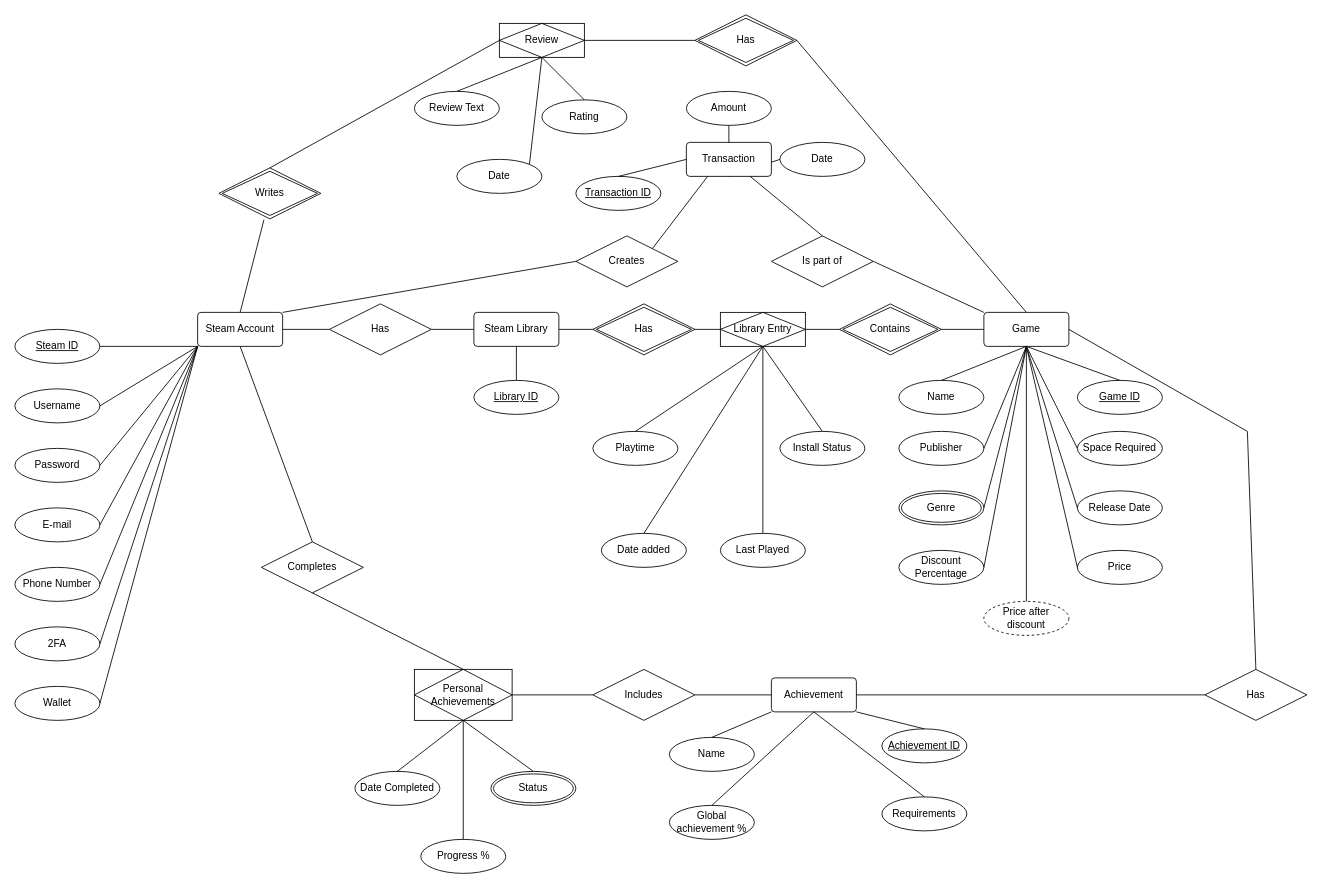
This is course-work/Implementations/Steam Chen Diagram.drawio from ventsislavnedev/software-modeling-and-analysis-se-pt, a draw.io file, before an edit. Source tidied: cells renumbered, new cells numbered last; positions are measured from the earlier drawing's top-left corner, leaving out a move shared by most shapes. Both pictures are drawn from the tidied source at 85%, with x=0, y=0 at pixel (14, 14).
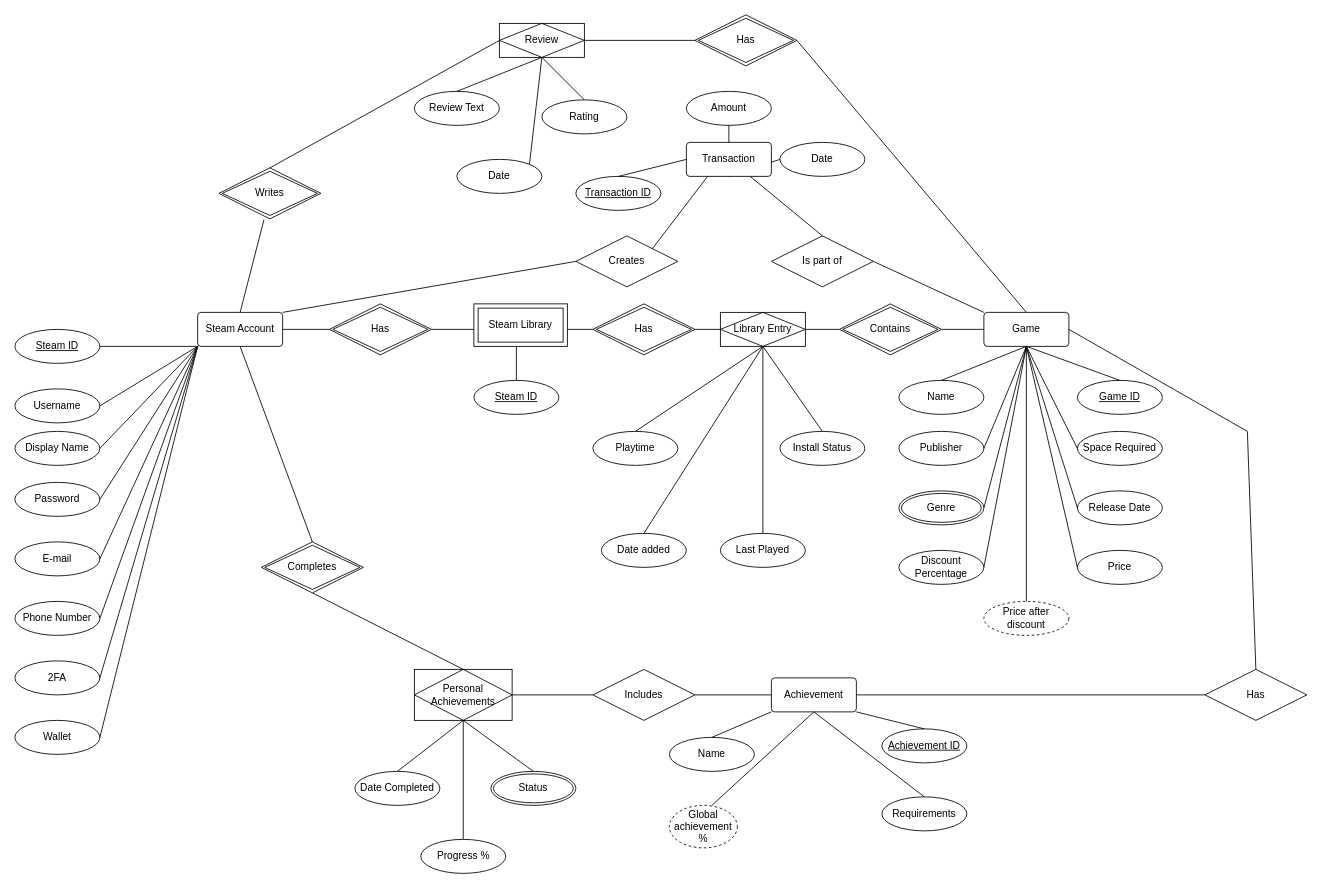
The same page after the edit.

Unchanged cells that the change refers to:
```xml
<mxCell id="3" value="Steam Account" style="rounded=1;arcSize=10;whiteSpace=wrap;html=1;align=center;" parent="1" vertex="1">
  <mxGeometry x="215" y="350" width="100" height="40" as="geometry" />
</mxCell>
<mxCell id="52" value="Has" style="shape=rhombus;double=1;perimeter=rhombusPerimeter;whiteSpace=wrap;html=1;align=center;" parent="1" vertex="1">
  <mxGeometry x="680" y="340" width="120" height="60" as="geometry" />
</mxCell>
<mxCell id="83" value="Personal Achievements" style="shape=associativeEntity;whiteSpace=wrap;html=1;align=center;" parent="1" vertex="1">
  <mxGeometry x="470" y="770" width="115" height="60" as="geometry" />
</mxCell>
<mxCell id="84" value="Achievement" style="rounded=1;arcSize=10;whiteSpace=wrap;html=1;align=center;" parent="1" vertex="1">
  <mxGeometry x="890" y="780" width="100" height="40" as="geometry" />
</mxCell>
```

Diff of the diagram source:
```diff
@@
     <mxCell id="6" value="Password" style="ellipse;whiteSpace=wrap;html=1;align=center;" parent="1" vertex="1">
-      <mxGeometry y="510" width="100" height="40" as="geometry" />
+      <mxGeometry y="550" width="100" height="40" as="geometry" />
     </mxCell>
     <mxCell id="7" value="E-mail" style="ellipse;whiteSpace=wrap;html=1;align=center;" parent="1" vertex="1">
-      <mxGeometry y="580" width="100" height="40" as="geometry" />
+      <mxGeometry y="620" width="100" height="40" as="geometry" />
     </mxCell>
@@
     <mxCell id="11" value="Phone Number" style="ellipse;whiteSpace=wrap;html=1;align=center;" parent="1" vertex="1">
-      <mxGeometry y="650" width="100" height="40" as="geometry" />
+      <mxGeometry y="690" width="100" height="40" as="geometry" />
     </mxCell>
@@
     <mxCell id="13" value="2FA" style="ellipse;whiteSpace=wrap;html=1;align=center;" parent="1" vertex="1">
-      <mxGeometry y="720" width="100" height="40" as="geometry" />
+      <mxGeometry y="760" width="100" height="40" as="geometry" />
     </mxCell>
@@
-    <mxCell id="15" value="Library ID" style="ellipse;whiteSpace=wrap;html=1;align=center;fontStyle=4;" parent="1" vertex="1">
+    <mxCell id="15" value="Steam ID" style="ellipse;whiteSpace=wrap;html=1;align=center;fontStyle=4;" parent="1" vertex="1">
       <mxGeometry x="540" y="430" width="100" height="40" as="geometry" />
     </mxCell>
-    <mxCell id="16" style="endArrow=none;html=1;rounded=0;exitX=0.5;exitY=0;exitDx=0;exitDy=0;entryX=0.5;entryY=1;entryDx=0;entryDy=0;" parent="1" edge="1" source="15" target="20">
-      <mxGeometry relative="1" as="geometry" />
+    <mxCell id="16" style="endArrow=none;html=1;rounded=0;exitX=0.5;exitY=0;exitDx=0;exitDy=0;entryX=0.5;entryY=1;entryDx=0;entryDy=0;" parent="1" edge="1" source="15">
+      <mxGeometry relative="1" as="geometry">
+        <mxPoint x="590" y="390" as="targetPoint" />
+      </mxGeometry>
     </mxCell>
-    <mxCell id="17" value="Has" style="shape=rhombus;perimeter=rhombusPerimeter;whiteSpace=wrap;html=1;align=center;" parent="1" vertex="1">
-      <mxGeometry x="370" y="340" width="120" height="60" as="geometry" />
-    </mxCell>
-    <mxCell id="18" style="endArrow=none;html=1;rounded=0;entryX=0;entryY=0.5;entryDx=0;entryDy=0;exitX=1;exitY=0.5;exitDx=0;exitDy=0;" parent="1" edge="1" source="3" target="17">
-      <mxGeometry relative="1" as="geometry" />
+    <mxCell id="18" style="endArrow=none;html=1;rounded=0;entryX=0;entryY=0.5;entryDx=0;entryDy=0;exitX=1;exitY=0.5;exitDx=0;exitDy=0;" parent="1" edge="1" source="3">
+      <mxGeometry relative="1" as="geometry">
+        <mxPoint x="370" y="370" as="targetPoint" />
+      </mxGeometry>
     </mxCell>
-    <mxCell id="19" style="endArrow=none;html=1;rounded=0;entryX=0;entryY=0.5;entryDx=0;entryDy=0;exitX=1;exitY=0.5;exitDx=0;exitDy=0;" parent="1" edge="1" source="17" target="20">
-      <mxGeometry relative="1" as="geometry" />
+    <mxCell id="19" style="endArrow=none;html=1;rounded=0;entryX=0;entryY=0.5;entryDx=0;entryDy=0;exitX=1;exitY=0.5;exitDx=0;exitDy=0;" parent="1" edge="1">
+      <mxGeometry relative="1" as="geometry">
+        <mxPoint x="490" y="370" as="sourcePoint" />
+        <mxPoint x="540" y="370" as="targetPoint" />
+      </mxGeometry>
     </mxCell>
-    <mxCell id="20" value="Steam Library" style="rounded=1;arcSize=10;whiteSpace=wrap;html=1;align=center;" parent="1" vertex="1">
-      <mxGeometry x="540" y="350" width="100" height="40" as="geometry" />
-    </mxCell>
@@
     <mxCell id="49" value="Wallet" style="ellipse;whiteSpace=wrap;html=1;align=center;" parent="1" vertex="1">
-      <mxGeometry y="790" width="100" height="40" as="geometry" />
+      <mxGeometry y="830" width="100" height="40" as="geometry" />
     </mxCell>
@@
-    <mxCell id="54" style="endArrow=none;html=1;rounded=0;entryX=0;entryY=0.5;entryDx=0;entryDy=0;exitX=1;exitY=0.5;exitDx=0;exitDy=0;" parent="1" edge="1" source="20" target="52">
-      <mxGeometry relative="1" as="geometry" />
+    <mxCell id="54" style="endArrow=none;html=1;rounded=0;entryX=0;entryY=0.5;entryDx=0;entryDy=0;exitX=1;exitY=0.5;exitDx=0;exitDy=0;" parent="1" edge="1" target="52">
+      <mxGeometry relative="1" as="geometry">
+        <mxPoint x="640" y="370" as="sourcePoint" />
+      </mxGeometry>
     </mxCell>
@@
-    <mxCell id="94" value="Global achievement %" style="ellipse;whiteSpace=wrap;html=1;align=center;" parent="1" vertex="1">
-      <mxGeometry x="770" y="930" width="100" height="40" as="geometry" />
-    </mxCell>
@@
-    <mxCell id="97" style="endArrow=none;html=1;rounded=0;entryX=0.5;entryY=0;entryDx=0;entryDy=0;exitX=0.5;exitY=1;exitDx=0;exitDy=0;" parent="1" edge="1" source="84" target="94">
-      <mxGeometry relative="1" as="geometry" />
+    <mxCell id="97" style="endArrow=none;html=1;rounded=0;entryX=0.5;entryY=0;entryDx=0;entryDy=0;exitX=0.5;exitY=1;exitDx=0;exitDy=0;" parent="1" edge="1" source="84">
+      <mxGeometry relative="1" as="geometry">
+        <mxPoint x="820" y="930" as="targetPoint" />
+      </mxGeometry>
     </mxCell>
@@
-    <mxCell id="100" value="Completes" style="shape=rhombus;perimeter=rhombusPerimeter;whiteSpace=wrap;html=1;align=center;" parent="1" vertex="1">
-      <mxGeometry x="290" y="620" width="120" height="60" as="geometry" />
-    </mxCell>
@@
-    <mxCell id="102" style="endArrow=none;html=1;rounded=0;exitX=0.5;exitY=1;exitDx=0;exitDy=0;entryX=0.5;entryY=0;entryDx=0;entryDy=0;" parent="1" edge="1" source="3" target="100">
-      <mxGeometry relative="1" as="geometry" />
+    <mxCell id="102" style="endArrow=none;html=1;rounded=0;exitX=0.5;exitY=1;exitDx=0;exitDy=0;entryX=0.5;entryY=0;entryDx=0;entryDy=0;" parent="1" edge="1" source="3">
+      <mxGeometry relative="1" as="geometry">
+        <mxPoint x="350" y="620" as="targetPoint" />
+      </mxGeometry>
     </mxCell>
-    <mxCell id="103" style="endArrow=none;html=1;rounded=0;exitX=0.5;exitY=1;exitDx=0;exitDy=0;entryX=0.5;entryY=0;entryDx=0;entryDy=0;" parent="1" edge="1" source="100" target="83">
-      <mxGeometry relative="1" as="geometry" />
+    <mxCell id="103" style="endArrow=none;html=1;rounded=0;exitX=0.5;exitY=1;exitDx=0;exitDy=0;entryX=0.5;entryY=0;entryDx=0;entryDy=0;" parent="1" edge="1" target="83">
+      <mxGeometry relative="1" as="geometry">
+        <mxPoint x="350" y="680" as="sourcePoint" />
+      </mxGeometry>
     </mxCell>
@@
+    <mxCell id="20" value="Steam Library" style="shape=ext;margin=3;double=1;whiteSpace=wrap;html=1;align=center;" parent="1" vertex="1">
+      <mxGeometry x="540" y="340" width="110" height="50" as="geometry" />
+    </mxCell>
+    <mxCell id="94" value="Global achievement %" style="ellipse;whiteSpace=wrap;html=1;align=center;dashed=1;" parent="1" vertex="1">
+      <mxGeometry x="770" y="930" width="80" height="50" as="geometry" />
+    </mxCell>
+    <mxCell id="108" value="Display Name" style="ellipse;whiteSpace=wrap;html=1;align=center;" parent="1" vertex="1">
+      <mxGeometry y="490" width="100" height="40" as="geometry" />
+    </mxCell>
+    <mxCell id="109" style="endArrow=none;html=1;rounded=0;entryX=0;entryY=1;entryDx=0;entryDy=0;exitX=1;exitY=0.5;exitDx=0;exitDy=0;" parent="1" edge="1" source="108" target="3">
+      <mxGeometry relative="1" as="geometry" />
+    </mxCell>
+    <mxCell id="17" value="Has" style="shape=rhombus;double=1;perimeter=rhombusPerimeter;whiteSpace=wrap;html=1;align=center;" parent="1" vertex="1">
+      <mxGeometry x="370" y="340" width="120" height="60" as="geometry" />
+    </mxCell>
+    <mxCell id="100" value="Completes" style="shape=rhombus;double=1;perimeter=rhombusPerimeter;whiteSpace=wrap;html=1;align=center;" parent="1" vertex="1">
+      <mxGeometry x="290" y="620" width="120" height="60" as="geometry" />
+    </mxCell>
```
